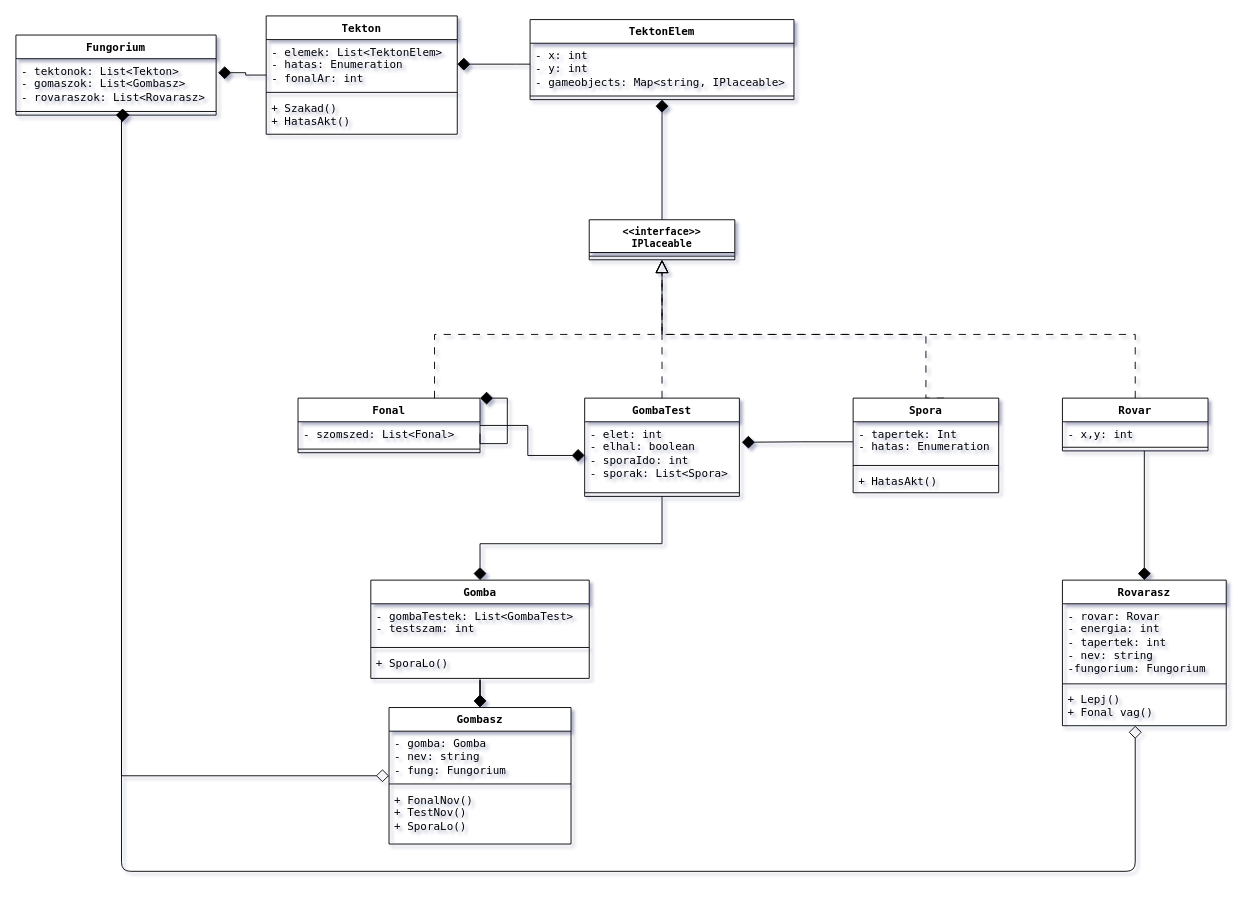
Earlier version of the draw.io diagram UML/Fungorium_ClassDiagram(4)(2).drawio (CsipetCsapatProjlab/Project). Source tidied: cells renumbered, new cells numbered last; positions are measured from the earlier drawing's top-left corner, leaving out a move shared by most shapes. Both pictures are drawn from the tidied source at 91%, with x=0, y=0 at pixel (15, 15).
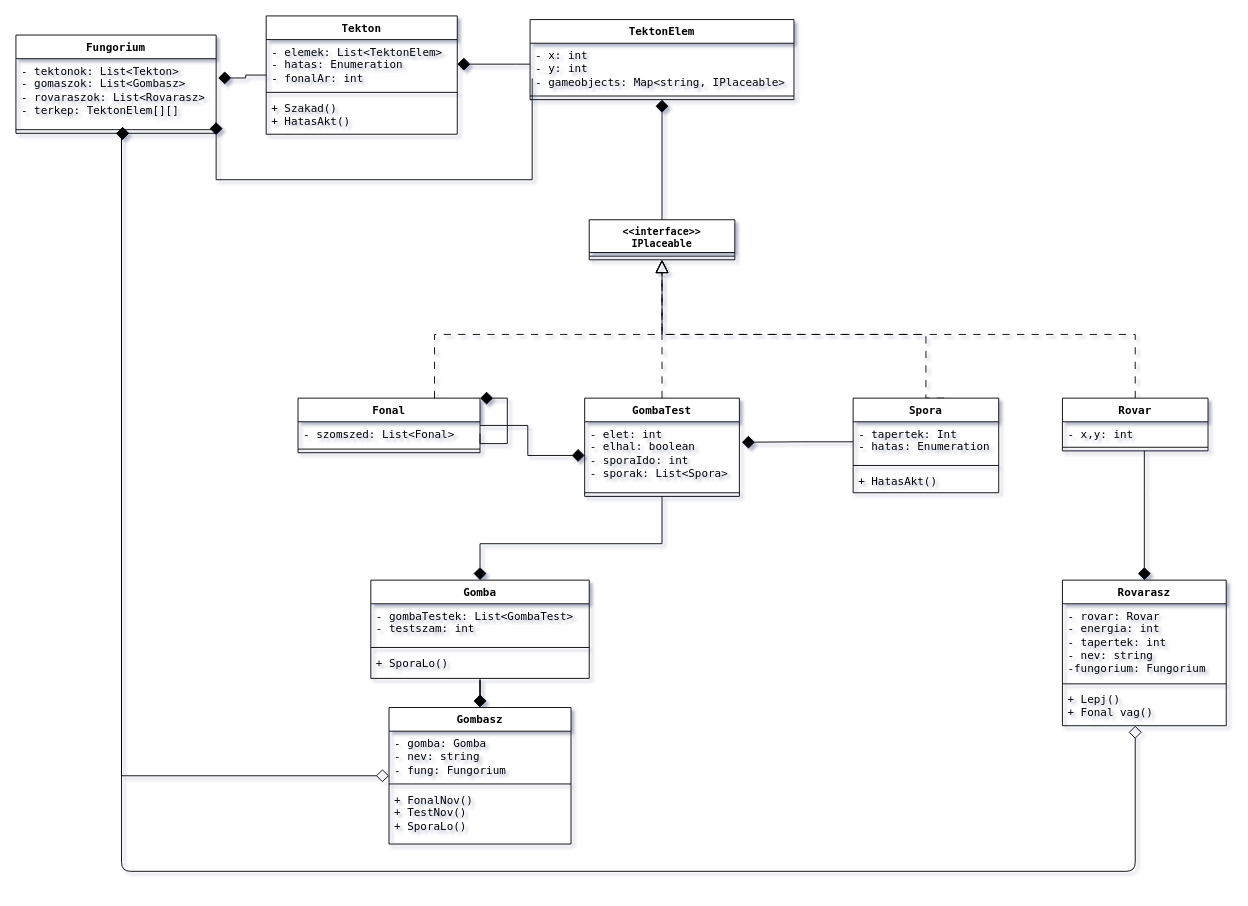
After the change.

Commit message:
hiányzó adat felvétele az umlbe

The change refers to these unchanged cells:
```xml
<mxCell id="14" value="&lt;div&gt;- x: int&lt;/div&gt;&lt;div&gt;- y: int&lt;/div&gt;&lt;div&gt;- gameobjects: Map&amp;lt;string, IPlaceable&amp;gt;&lt;/div&gt;" style="text;strokeColor=none;fillColor=none;align=left;verticalAlign=top;spacingLeft=4;spacingRight=4;overflow=hidden;points=[[0,0.5],[1,0.5]];portConstraint=eastwest;whiteSpace=wrap;html=1;fontFamily=Lucida Console;labelBackgroundColor=none;" parent="13" vertex="1">
  <mxGeometry y="26" width="290" height="54" as="geometry" />
</mxCell>
```

Diff of the diagram source:
```diff
@@
     <mxCell id="45" value="Fungorium" style="swimlane;fontStyle=1;align=center;verticalAlign=top;horizontal=1;startSize=26;whiteSpace=wrap;html=1;fontFamily=Lucida Console;labelBackgroundColor=none;" parent="1" vertex="1">
-      <mxGeometry y="21" width="220" height="88" as="geometry" />
+      <mxGeometry y="21" width="220" height="108" as="geometry" />
     </mxCell>
-    <mxCell id="46" value="- tektonok: List&amp;lt;Tekton&amp;gt;&lt;div&gt;- gomaszok: List&amp;lt;Gombasz&amp;gt;&lt;/div&gt;&lt;div&gt;- rovaraszok: List&amp;lt;Rovarasz&amp;gt;&lt;/div&gt;" style="text;strokeColor=none;fillColor=none;align=left;verticalAlign=top;spacingLeft=4;spacingRight=4;overflow=hidden;points=[[0,0.5],[1,0.5]];portConstraint=eastwest;whiteSpace=wrap;html=1;fontFamily=Lucida Console;labelBackgroundColor=none;" parent="45" vertex="1">
-      <mxGeometry y="26" width="220" height="54" as="geometry" />
+    <mxCell id="46" value="- tektonok: List&amp;lt;Tekton&amp;gt;&lt;div&gt;- gomaszok: List&amp;lt;Gombasz&amp;gt;&lt;/div&gt;&lt;div&gt;- rovaraszok: List&amp;lt;Rovarasz&amp;gt;&lt;/div&gt;&lt;div&gt;- terkep: TektonElem[][]&lt;/div&gt;" style="text;strokeColor=none;fillColor=none;align=left;verticalAlign=top;spacingLeft=4;spacingRight=4;overflow=hidden;points=[[0,0.5],[1,0.5]];portConstraint=eastwest;whiteSpace=wrap;html=1;fontFamily=Lucida Console;labelBackgroundColor=none;" parent="45" vertex="1">
+      <mxGeometry y="26" width="220" height="74" as="geometry" />
     </mxCell>
     <mxCell id="47" style="line;strokeWidth=1;fillColor=none;align=left;verticalAlign=middle;spacingTop=-1;spacingLeft=3;spacingRight=3;labelPosition=right;strokeColor=inherit;fontFamily=Lucida Console;labelBackgroundColor=none;" parent="45" vertex="1">
-      <mxGeometry y="80" width="220" height="8" as="geometry" />
+      <mxGeometry y="100" width="220" height="8" as="geometry" />
     </mxCell>
@@
+    <mxCell id="54" style="edgeStyle=orthogonalEdgeStyle;shape=connector;rounded=0;jettySize=auto;html=1;entryX=1;entryY=0.941;entryDx=0;entryDy=0;strokeColor=default;align=center;verticalAlign=middle;fontFamily=Lucida Console;fontSize=11;fontColor=default;labelBackgroundColor=none;startSize=12;endArrow=diamond;endFill=1;endSize=12;exitX=0.008;exitY=0.716;exitDx=0;exitDy=0;exitPerimeter=0;entryPerimeter=0;" parent="1" edge="1" source="14" target="46">
+      <mxGeometry relative="1" as="geometry">
+        <Array as="points">
+          <mxPoint x="567" y="180" />
+          <mxPoint x="220" y="180" />
+        </Array>
+      </mxGeometry>
+    </mxCell>
```
